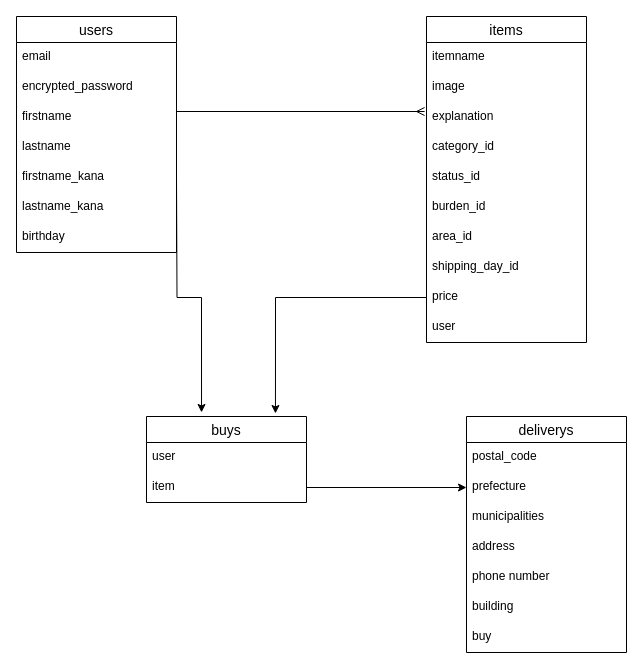
The draw.io diagram furima.dio in kei-toriki/furima-35199, before the edit. Source tidied: cells renumbered, new cells numbered last; positions are measured from the earlier drawing's top-left corner, leaving out a move shared by most shapes. Both pictures are drawn from the tidied source at 100%, with x=0, y=0 at pixel (16, 16).
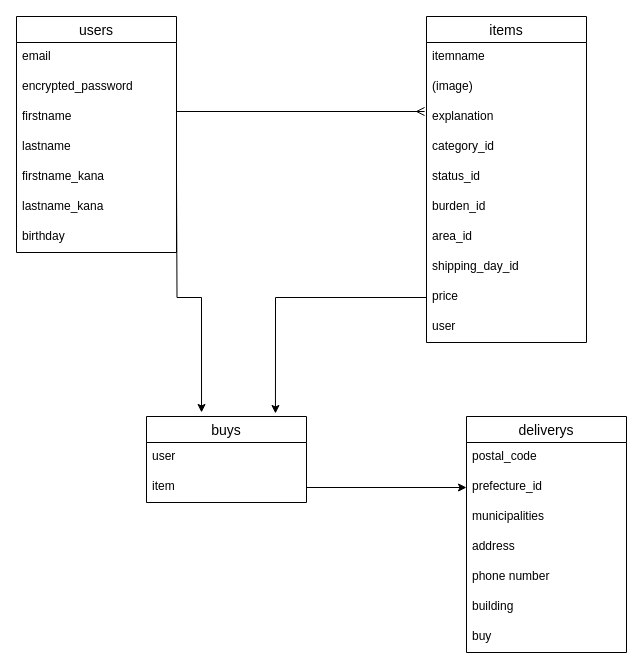
Above is the later version.

Unchanged cells that the change refers to:
```xml
<mxCell id="2" value="items" style="swimlane;fontStyle=0;horizontal=1;startSize=26;align=center;fontSize=14;" parent="1" vertex="1">
  <mxGeometry x="410" width="160" height="326" as="geometry" />
</mxCell>
<mxCell id="16" value="deliverys" style="swimlane;fontStyle=0;horizontal=1;startSize=26;align=center;fontSize=14;" parent="1" vertex="1">
  <mxGeometry x="450" y="400" width="160" height="236" as="geometry" />
</mxCell>
```

Change to the diagram source:
```diff
@@
-    <mxCell id="4" value="image" style="text;strokeColor=none;fillColor=none;spacingLeft=4;spacingRight=4;overflow=hidden;fontSize=12;" parent="2" vertex="1">
+    <mxCell id="4" value="(image)" style="text;strokeColor=none;fillColor=none;spacingLeft=4;spacingRight=4;overflow=hidden;fontSize=12;" parent="2" vertex="1">
       <mxGeometry y="56" width="160" height="30" as="geometry" />
     </mxCell>
@@
-    <mxCell id="18" value="prefecture" style="text;strokeColor=none;fillColor=none;spacingLeft=4;spacingRight=4;overflow=hidden;points=[[0,0.5],[1,0.5]];portConstraint=eastwest;fontSize=12;" parent="16" vertex="1">
+    <mxCell id="18" value="prefecture_id" style="text;strokeColor=none;fillColor=none;spacingLeft=4;spacingRight=4;overflow=hidden;points=[[0,0.5],[1,0.5]];portConstraint=eastwest;fontSize=12;" parent="16" vertex="1">
       <mxGeometry y="56" width="160" height="30" as="geometry" />
     </mxCell>
```
